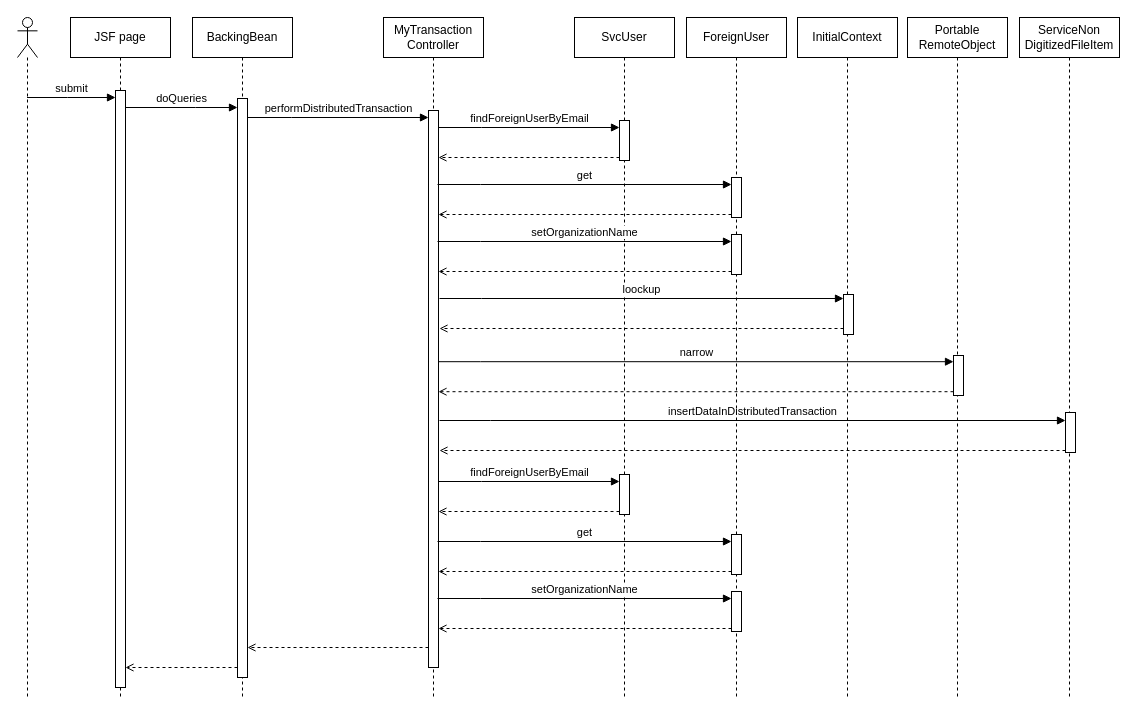
The draw.io diagram page "Q3" (2 of 2) of SW Architec A3.drawio in sunggooni/SW_Architect, before the edit. Source tidied: cells renumbered, new cells numbered last; positions are measured from the earlier drawing's top-left corner, leaving out a move shared by most shapes. Both pictures are drawn from the tidied source at 100%, with x=0, y=0 at pixel (17, 17).
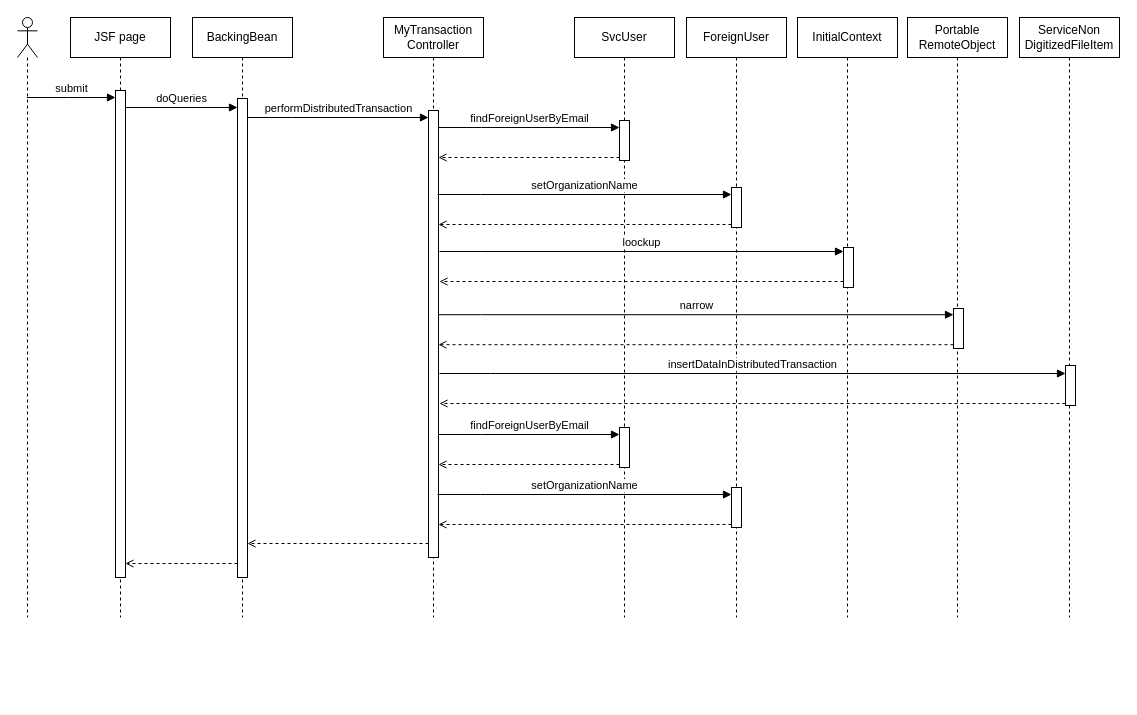
Above is the later version.

The change refers to these unchanged cells:
```xml
<mxCell id="13" style="html=1;points=[];perimeter=orthogonalPerimeter;outlineConnect=0;targetShapes=umlLifeline;portConstraint=eastwest;newEdgeStyle={&quot;edgeStyle&quot;:&quot;elbowEdgeStyle&quot;,&quot;elbow&quot;:&quot;vertical&quot;,&quot;curved&quot;:0,&quot;rounded&quot;:0};" parent="12" vertex="1">
  <mxGeometry x="45" y="103" width="10" height="40" as="geometry" />
</mxCell>
```

The edit, as a diff of the source:
```diff
@@
     <mxCell id="2" style="shape=umlLifeline;perimeter=lifelinePerimeter;whiteSpace=wrap;html=1;outlineConnect=0;portConstraint=eastwest;newEdgeStyle={&quot;edgeStyle&quot;:&quot;elbowEdgeStyle&quot;,&quot;elbow&quot;:&quot;vertical&quot;,&quot;curved&quot;:0,&quot;rounded&quot;:0};participant=umlActor;flipH=0;" parent="1" vertex="1">
-      <mxGeometry width="20" height="680" as="geometry" />
+      <mxGeometry width="20" height="600" as="geometry" />
     </mxCell>
     <mxCell id="3" value="JSF page" style="shape=umlLifeline;perimeter=lifelinePerimeter;whiteSpace=wrap;html=1;newEdgeStyle={&quot;edgeStyle&quot;:&quot;elbowEdgeStyle&quot;,&quot;elbow&quot;:&quot;vertical&quot;,&quot;curved&quot;:0,&quot;rounded&quot;:0};flipH=0;" parent="1" vertex="1">
-      <mxGeometry x="53" width="100" height="680" as="geometry" />
+      <mxGeometry x="53" width="100" height="600" as="geometry" />
     </mxCell>
     <mxCell id="4" style="html=1;points=[];perimeter=orthogonalPerimeter;outlineConnect=0;targetShapes=umlLifeline;portConstraint=eastwest;newEdgeStyle={&quot;edgeStyle&quot;:&quot;elbowEdgeStyle&quot;,&quot;elbow&quot;:&quot;vertical&quot;,&quot;curved&quot;:0,&quot;rounded&quot;:0};" parent="3" vertex="1">
-      <mxGeometry x="45" y="73" width="10" height="597" as="geometry" />
+      <mxGeometry x="45" y="73" width="10" height="487" as="geometry" />
     </mxCell>
     <mxCell id="5" value="BackingBean" style="shape=umlLifeline;perimeter=lifelinePerimeter;whiteSpace=wrap;html=1;newEdgeStyle={&quot;edgeStyle&quot;:&quot;elbowEdgeStyle&quot;,&quot;elbow&quot;:&quot;vertical&quot;,&quot;curved&quot;:0,&quot;rounded&quot;:0};flipH=0;" parent="1" vertex="1">
-      <mxGeometry x="175" width="100" height="680" as="geometry" />
+      <mxGeometry x="175" width="100" height="600" as="geometry" />
     </mxCell>
     <mxCell id="6" style="html=1;points=[];perimeter=orthogonalPerimeter;outlineConnect=0;targetShapes=umlLifeline;portConstraint=eastwest;newEdgeStyle={&quot;edgeStyle&quot;:&quot;elbowEdgeStyle&quot;,&quot;elbow&quot;:&quot;vertical&quot;,&quot;curved&quot;:0,&quot;rounded&quot;:0};" parent="5" vertex="1">
-      <mxGeometry x="45" y="81" width="10" height="579" as="geometry" />
+      <mxGeometry x="45" y="81" width="10" height="479" as="geometry" />
     </mxCell>
     <mxCell id="7" value="MyTransaction&lt;br&gt;Controller" style="shape=umlLifeline;perimeter=lifelinePerimeter;whiteSpace=wrap;html=1;newEdgeStyle={&quot;edgeStyle&quot;:&quot;elbowEdgeStyle&quot;,&quot;elbow&quot;:&quot;vertical&quot;,&quot;curved&quot;:0,&quot;rounded&quot;:0};flipH=0;" parent="1" vertex="1">
-      <mxGeometry x="366" width="100" height="680" as="geometry" />
+      <mxGeometry x="366" width="100" height="600" as="geometry" />
     </mxCell>
     <mxCell id="8" style="html=1;points=[];perimeter=orthogonalPerimeter;outlineConnect=0;targetShapes=umlLifeline;portConstraint=eastwest;newEdgeStyle={&quot;edgeStyle&quot;:&quot;elbowEdgeStyle&quot;,&quot;elbow&quot;:&quot;vertical&quot;,&quot;curved&quot;:0,&quot;rounded&quot;:0};" parent="7" vertex="1">
-      <mxGeometry x="45" y="93" width="10" height="557" as="geometry" />
+      <mxGeometry x="45" y="93" width="10" height="447" as="geometry" />
     </mxCell>
@@
     <mxCell id="12" value="SvcUser" style="shape=umlLifeline;perimeter=lifelinePerimeter;whiteSpace=wrap;html=1;newEdgeStyle={&quot;edgeStyle&quot;:&quot;elbowEdgeStyle&quot;,&quot;elbow&quot;:&quot;vertical&quot;,&quot;curved&quot;:0,&quot;rounded&quot;:0};flipH=0;" parent="1" vertex="1">
-      <mxGeometry x="557" width="100" height="680" as="geometry" />
+      <mxGeometry x="557" width="100" height="600" as="geometry" />
     </mxCell>
@@
+    <mxCell id="17" value="InitialContext" style="shape=umlLifeline;perimeter=lifelinePerimeter;whiteSpace=wrap;html=1;newEdgeStyle={&quot;edgeStyle&quot;:&quot;elbowEdgeStyle&quot;,&quot;elbow&quot;:&quot;vertical&quot;,&quot;curved&quot;:0,&quot;rounded&quot;:0};flipH=0;" parent="1" vertex="1">
+      <mxGeometry x="780" width="100" height="600" as="geometry" />
+    </mxCell>
+    <mxCell id="19" value="findForeignUserByEmail" style="html=1;verticalAlign=bottom;startArrow=none;endArrow=block;startSize=8;edgeStyle=elbowEdgeStyle;elbow=vertical;curved=0;rounded=0;startFill=0;" parent="1" edge="1" source="8" target="13">
+      <mxGeometry relative="1" as="geometry">
+        <Array as="points">
+          <mxPoint x="464" y="110" />
+        </Array>
+      </mxGeometry>
+    </mxCell>
+    <mxCell id="20" style="endArrow=open;dashed=1;html=1;rounded=0;endFill=0;" parent="1" edge="1">
+      <mxGeometry relative="1" as="geometry">
+        <mxPoint x="602" y="140" as="sourcePoint" />
+        <mxPoint x="421" y="140" as="targetPoint" />
+      </mxGeometry>
+    </mxCell>
+    <mxCell id="22" value="ServiceNon&lt;br&gt;DigitizedFileItem" style="shape=umlLifeline;perimeter=lifelinePerimeter;whiteSpace=wrap;html=1;newEdgeStyle={&quot;edgeStyle&quot;:&quot;elbowEdgeStyle&quot;,&quot;elbow&quot;:&quot;vertical&quot;,&quot;curved&quot;:0,&quot;rounded&quot;:0};flipH=0;" parent="1" vertex="1">
+      <mxGeometry x="1002" width="100" height="600" as="geometry" />
+    </mxCell>
+    <mxCell id="29" value="ForeignUser" style="shape=umlLifeline;perimeter=lifelinePerimeter;whiteSpace=wrap;html=1;newEdgeStyle={&quot;edgeStyle&quot;:&quot;elbowEdgeStyle&quot;,&quot;elbow&quot;:&quot;vertical&quot;,&quot;curved&quot;:0,&quot;rounded&quot;:0};flipH=0;" parent="1" vertex="1">
+      <mxGeometry x="669" width="100" height="600" as="geometry" />
+    </mxCell>
+    <mxCell id="27" style="endArrow=open;dashed=1;html=1;rounded=0;endFill=0;" parent="29" edge="1">
+      <mxGeometry relative="1" as="geometry">
+        <mxPoint x="-258" y="526" as="sourcePoint" />
+        <mxPoint x="-439" y="526" as="targetPoint" />
+      </mxGeometry>
+    </mxCell>
+    <mxCell id="28" style="endArrow=open;dashed=1;html=1;rounded=0;endFill=0;" parent="29" edge="1">
+      <mxGeometry relative="1" as="geometry">
+        <mxPoint x="-449" y="546" as="sourcePoint" />
+        <mxPoint x="-561" y="546" as="targetPoint" />
+      </mxGeometry>
+    </mxCell>
+    <mxCell id="41" style="html=1;points=[];perimeter=orthogonalPerimeter;outlineConnect=0;targetShapes=umlLifeline;portConstraint=eastwest;newEdgeStyle={&quot;edgeStyle&quot;:&quot;elbowEdgeStyle&quot;,&quot;elbow&quot;:&quot;vertical&quot;,&quot;curved&quot;:0,&quot;rounded&quot;:0};" parent="29" vertex="1">
+      <mxGeometry x="45" y="470" width="10" height="40" as="geometry" />
+    </mxCell>
+    <mxCell id="42" value="setOrganizationName" style="html=1;verticalAlign=bottom;startArrow=none;endArrow=block;startSize=8;edgeStyle=elbowEdgeStyle;elbow=vertical;curved=0;rounded=0;startFill=0;" parent="29" edge="1" target="41">
+      <mxGeometry relative="1" as="geometry">
+        <mxPoint x="-249" y="477" as="sourcePoint" />
+        <Array as="points">
+          <mxPoint x="-206" y="477" />
+        </Array>
+      </mxGeometry>
+    </mxCell>
+    <mxCell id="43" style="endArrow=open;dashed=1;html=1;rounded=0;endFill=0;" parent="29" edge="1">
+      <mxGeometry relative="1" as="geometry">
+        <mxPoint x="45" y="507" as="sourcePoint" />
+        <mxPoint x="-248" y="507" as="targetPoint" />
+      </mxGeometry>
+    </mxCell>
+    <mxCell id="36" value="Portable&lt;br&gt;RemoteObject" style="shape=umlLifeline;perimeter=lifelinePerimeter;whiteSpace=wrap;html=1;newEdgeStyle={&quot;edgeStyle&quot;:&quot;elbowEdgeStyle&quot;,&quot;elbow&quot;:&quot;vertical&quot;,&quot;curved&quot;:0,&quot;rounded&quot;:0};flipH=0;" parent="1" vertex="1">
+      <mxGeometry x="890" width="100" height="600" as="geometry" />
+    </mxCell>
-    <mxCell id="14" style="html=1;points=[];perimeter=orthogonalPerimeter;outlineConnect=0;targetShapes=umlLifeline;portConstraint=eastwest;newEdgeStyle={&quot;edgeStyle&quot;:&quot;elbowEdgeStyle&quot;,&quot;elbow&quot;:&quot;vertical&quot;,&quot;curved&quot;:0,&quot;rounded&quot;:0};" parent="12" vertex="1">
-      <mxGeometry x="45" y="457" width="10" height="40" as="geometry" />
+    <mxCell id="14" style="html=1;points=[];perimeter=orthogonalPerimeter;outlineConnect=0;targetShapes=umlLifeline;portConstraint=eastwest;newEdgeStyle={&quot;edgeStyle&quot;:&quot;elbowEdgeStyle&quot;,&quot;elbow&quot;:&quot;vertical&quot;,&quot;curved&quot;:0,&quot;rounded&quot;:0};" parent="1" vertex="1">
+      <mxGeometry x="602" y="410" width="10" height="40" as="geometry" />
     </mxCell>
-    <mxCell id="15" value="findForeignUserByEmail" style="html=1;verticalAlign=bottom;startArrow=none;endArrow=block;startSize=8;edgeStyle=elbowEdgeStyle;elbow=vertical;curved=0;rounded=0;startFill=0;" parent="12" edge="1" target="14">
+    <mxCell id="15" value="findForeignUserByEmail" style="html=1;verticalAlign=bottom;startArrow=none;endArrow=block;startSize=8;edgeStyle=elbowEdgeStyle;elbow=vertical;curved=0;rounded=0;startFill=0;" parent="1" edge="1" target="14">
       <mxGeometry relative="1" as="geometry">
-        <mxPoint x="-136" y="464" as="sourcePoint" />
+        <mxPoint x="421" y="417" as="sourcePoint" />
         <Array as="points">
-          <mxPoint x="-93" y="464" />
+          <mxPoint x="464" y="417" />
         </Array>
       </mxGeometry>
     </mxCell>
-    <mxCell id="16" style="endArrow=open;dashed=1;html=1;rounded=0;endFill=0;" parent="12" edge="1">
+    <mxCell id="16" style="endArrow=open;dashed=1;html=1;rounded=0;endFill=0;" parent="1" edge="1">
       <mxGeometry relative="1" as="geometry">
-        <mxPoint x="45" y="494" as="sourcePoint" />
-        <mxPoint x="-136" y="494" as="targetPoint" />
+        <mxPoint x="602" y="447" as="sourcePoint" />
+        <mxPoint x="421" y="447" as="targetPoint" />
       </mxGeometry>
     </mxCell>
-    <mxCell id="17" value="InitialContext" style="shape=umlLifeline;perimeter=lifelinePerimeter;whiteSpace=wrap;html=1;newEdgeStyle={&quot;edgeStyle&quot;:&quot;elbowEdgeStyle&quot;,&quot;elbow&quot;:&quot;vertical&quot;,&quot;curved&quot;:0,&quot;rounded&quot;:0};flipH=0;" parent="1" vertex="1">
-      <mxGeometry x="780" width="100" height="680" as="geometry" />
-    </mxCell>
-    <mxCell id="18" style="html=1;points=[];perimeter=orthogonalPerimeter;outlineConnect=0;targetShapes=umlLifeline;portConstraint=eastwest;newEdgeStyle={&quot;edgeStyle&quot;:&quot;elbowEdgeStyle&quot;,&quot;elbow&quot;:&quot;vertical&quot;,&quot;curved&quot;:0,&quot;rounded&quot;:0};" parent="17" vertex="1">
-      <mxGeometry x="46" y="277" width="10" height="40" as="geometry" />
+    <mxCell id="18" style="html=1;points=[];perimeter=orthogonalPerimeter;outlineConnect=0;targetShapes=umlLifeline;portConstraint=eastwest;newEdgeStyle={&quot;edgeStyle&quot;:&quot;elbowEdgeStyle&quot;,&quot;elbow&quot;:&quot;vertical&quot;,&quot;curved&quot;:0,&quot;rounded&quot;:0};" parent="1" vertex="1">
+      <mxGeometry x="826" y="230" width="10" height="40" as="geometry" />
     </mxCell>
-    <mxCell id="19" value="findForeignUserByEmail" style="html=1;verticalAlign=bottom;startArrow=none;endArrow=block;startSize=8;edgeStyle=elbowEdgeStyle;elbow=vertical;curved=0;rounded=0;startFill=0;" parent="1" edge="1" source="8" target="13">
-      <mxGeometry relative="1" as="geometry">
-        <Array as="points">
-          <mxPoint x="464" y="110" />
-        </Array>
-      </mxGeometry>
-    </mxCell>
-    <mxCell id="20" style="endArrow=open;dashed=1;html=1;rounded=0;endFill=0;" parent="1" edge="1">
-      <mxGeometry relative="1" as="geometry">
-        <mxPoint x="602" y="140" as="sourcePoint" />
-        <mxPoint x="421" y="140" as="targetPoint" />
-      </mxGeometry>
-    </mxCell>
     <mxCell id="21" value="loockup" style="html=1;verticalAlign=bottom;startArrow=none;endArrow=block;startSize=8;edgeStyle=elbowEdgeStyle;elbow=vertical;curved=0;rounded=0;startFill=0;" parent="1" edge="1" target="18">
       <mxGeometry relative="1" as="geometry">
-        <mxPoint x="422" y="281" as="sourcePoint" />
+        <mxPoint x="422" y="234" as="sourcePoint" />
         <Array as="points">
-          <mxPoint x="464" y="281" />
+          <mxPoint x="464" y="234" />
         </Array>
       </mxGeometry>
     </mxCell>
-    <mxCell id="22" value="ServiceNon&lt;br&gt;DigitizedFileItem" style="shape=umlLifeline;perimeter=lifelinePerimeter;whiteSpace=wrap;html=1;newEdgeStyle={&quot;edgeStyle&quot;:&quot;elbowEdgeStyle&quot;,&quot;elbow&quot;:&quot;vertical&quot;,&quot;curved&quot;:0,&quot;rounded&quot;:0};flipH=0;" parent="1" vertex="1">
-      <mxGeometry x="1002" width="100" height="680" as="geometry" />
-    </mxCell>
-    <mxCell id="23" style="html=1;points=[];perimeter=orthogonalPerimeter;outlineConnect=0;targetShapes=umlLifeline;portConstraint=eastwest;newEdgeStyle={&quot;edgeStyle&quot;:&quot;elbowEdgeStyle&quot;,&quot;elbow&quot;:&quot;vertical&quot;,&quot;curved&quot;:0,&quot;rounded&quot;:0};" parent="22" vertex="1">
-      <mxGeometry x="46" y="395" width="10" height="40" as="geometry" />
+    <mxCell id="23" style="html=1;points=[];perimeter=orthogonalPerimeter;outlineConnect=0;targetShapes=umlLifeline;portConstraint=eastwest;newEdgeStyle={&quot;edgeStyle&quot;:&quot;elbowEdgeStyle&quot;,&quot;elbow&quot;:&quot;vertical&quot;,&quot;curved&quot;:0,&quot;rounded&quot;:0};" parent="1" vertex="1">
+      <mxGeometry x="1048" y="348" width="10" height="40" as="geometry" />
     </mxCell>
     <mxCell id="24" style="endArrow=open;dashed=1;html=1;rounded=0;endFill=0;" parent="1" edge="1" source="18">
       <mxGeometry relative="1" as="geometry">
-        <mxPoint x="422" y="311" as="targetPoint" />
+        <mxPoint x="422" y="264" as="targetPoint" />
       </mxGeometry>
     </mxCell>
     <mxCell id="25" value="insertDataInDistributedTransaction" style="html=1;verticalAlign=bottom;startArrow=none;endArrow=block;startSize=8;edgeStyle=elbowEdgeStyle;elbow=vertical;curved=0;rounded=0;startFill=0;" parent="1" edge="1" target="23">
       <mxGeometry relative="1" as="geometry">
-        <mxPoint x="422" y="403" as="sourcePoint" />
+        <mxPoint x="422" y="356" as="sourcePoint" />
         <Array as="points">
-          <mxPoint x="473" y="403" />
+          <mxPoint x="473" y="356" />
         </Array>
       </mxGeometry>
     </mxCell>
     <mxCell id="26" style="endArrow=open;dashed=1;html=1;rounded=0;endFill=0;" parent="1" edge="1" source="23">
       <mxGeometry relative="1" as="geometry">
-        <mxPoint x="422" y="433" as="targetPoint" />
+        <mxPoint x="422" y="386" as="targetPoint" />
       </mxGeometry>
     </mxCell>
-    <mxCell id="27" style="endArrow=open;dashed=1;html=1;rounded=0;endFill=0;" parent="1" edge="1">
-      <mxGeometry relative="1" as="geometry">
-        <mxPoint x="411" y="630" as="sourcePoint" />
-        <mxPoint x="230" y="630" as="targetPoint" />
-      </mxGeometry>
-    </mxCell>
-    <mxCell id="28" style="endArrow=open;dashed=1;html=1;rounded=0;endFill=0;" parent="1" edge="1">
-      <mxGeometry relative="1" as="geometry">
-        <mxPoint x="220" y="650" as="sourcePoint" />
-        <mxPoint x="108" y="650" as="targetPoint" />
-      </mxGeometry>
-    </mxCell>
-    <mxCell id="29" value="ForeignUser" style="shape=umlLifeline;perimeter=lifelinePerimeter;whiteSpace=wrap;html=1;newEdgeStyle={&quot;edgeStyle&quot;:&quot;elbowEdgeStyle&quot;,&quot;elbow&quot;:&quot;vertical&quot;,&quot;curved&quot;:0,&quot;rounded&quot;:0};flipH=0;" parent="1" vertex="1">
-      <mxGeometry x="669" width="100" height="680" as="geometry" />
-    </mxCell>
-    <mxCell id="30" style="html=1;points=[];perimeter=orthogonalPerimeter;outlineConnect=0;targetShapes=umlLifeline;portConstraint=eastwest;newEdgeStyle={&quot;edgeStyle&quot;:&quot;elbowEdgeStyle&quot;,&quot;elbow&quot;:&quot;vertical&quot;,&quot;curved&quot;:0,&quot;rounded&quot;:0};" parent="29" vertex="1">
-      <mxGeometry x="45" y="160" width="10" height="40" as="geometry" />
-    </mxCell>
-    <mxCell id="31" style="html=1;points=[];perimeter=orthogonalPerimeter;outlineConnect=0;targetShapes=umlLifeline;portConstraint=eastwest;newEdgeStyle={&quot;edgeStyle&quot;:&quot;elbowEdgeStyle&quot;,&quot;elbow&quot;:&quot;vertical&quot;,&quot;curved&quot;:0,&quot;rounded&quot;:0};" parent="29" vertex="1">
-      <mxGeometry x="45" y="217" width="10" height="40" as="geometry" />
+    <mxCell id="31" style="html=1;points=[];perimeter=orthogonalPerimeter;outlineConnect=0;targetShapes=umlLifeline;portConstraint=eastwest;newEdgeStyle={&quot;edgeStyle&quot;:&quot;elbowEdgeStyle&quot;,&quot;elbow&quot;:&quot;vertical&quot;,&quot;curved&quot;:0,&quot;rounded&quot;:0};" parent="1" vertex="1">
+      <mxGeometry x="714" y="170" width="10" height="40" as="geometry" />
     </mxCell>
-    <mxCell id="32" value="setOrganizationName" style="html=1;verticalAlign=bottom;startArrow=none;endArrow=block;startSize=8;edgeStyle=elbowEdgeStyle;elbow=vertical;curved=0;rounded=0;startFill=0;" parent="29" edge="1" target="31">
+    <mxCell id="32" value="setOrganizationName" style="html=1;verticalAlign=bottom;startArrow=none;endArrow=block;startSize=8;edgeStyle=elbowEdgeStyle;elbow=vertical;curved=0;rounded=0;startFill=0;" parent="1" edge="1" target="31">
       <mxGeometry relative="1" as="geometry">
-        <mxPoint x="-249" y="224" as="sourcePoint" />
+        <mxPoint x="420" y="177" as="sourcePoint" />
         <Array as="points">
-          <mxPoint x="-206" y="224" />
+          <mxPoint x="463" y="177" />
         </Array>
       </mxGeometry>
     </mxCell>
-    <mxCell id="33" style="endArrow=open;dashed=1;html=1;rounded=0;endFill=0;" parent="29" edge="1">
+    <mxCell id="33" style="endArrow=open;dashed=1;html=1;rounded=0;endFill=0;" parent="1" edge="1">
       <mxGeometry relative="1" as="geometry">
-        <mxPoint x="45" y="254" as="sourcePoint" />
-        <mxPoint x="-248" y="254" as="targetPoint" />
+        <mxPoint x="714" y="207" as="sourcePoint" />
+        <mxPoint x="421" y="207" as="targetPoint" />
       </mxGeometry>
     </mxCell>
-    <mxCell id="34" value="get" style="html=1;verticalAlign=bottom;startArrow=none;endArrow=block;startSize=8;edgeStyle=elbowEdgeStyle;elbow=vertical;curved=0;rounded=0;startFill=0;" parent="1" edge="1" target="30">
-      <mxGeometry relative="1" as="geometry">
-        <mxPoint x="420" y="167" as="sourcePoint" />
-        <Array as="points">
-          <mxPoint x="463" y="167" />
-        </Array>
-      </mxGeometry>
-    </mxCell>
-    <mxCell id="35" style="endArrow=open;dashed=1;html=1;rounded=0;endFill=0;" parent="1" edge="1">
-      <mxGeometry relative="1" as="geometry">
-        <mxPoint x="714" y="197" as="sourcePoint" />
-        <mxPoint x="421" y="197" as="targetPoint" />
-      </mxGeometry>
-    </mxCell>
-    <mxCell id="36" value="Portable&lt;br&gt;RemoteObject" style="shape=umlLifeline;perimeter=lifelinePerimeter;whiteSpace=wrap;html=1;newEdgeStyle={&quot;edgeStyle&quot;:&quot;elbowEdgeStyle&quot;,&quot;elbow&quot;:&quot;vertical&quot;,&quot;curved&quot;:0,&quot;rounded&quot;:0};flipH=0;" parent="1" vertex="1">
-      <mxGeometry x="890" width="100" height="680" as="geometry" />
-    </mxCell>
     <mxCell id="37" style="html=1;points=[];perimeter=orthogonalPerimeter;outlineConnect=0;targetShapes=umlLifeline;portConstraint=eastwest;newEdgeStyle={&quot;edgeStyle&quot;:&quot;elbowEdgeStyle&quot;,&quot;elbow&quot;:&quot;vertical&quot;,&quot;curved&quot;:0,&quot;rounded&quot;:0};" parent="1" vertex="1">
-      <mxGeometry x="936" y="338" width="10" height="40" as="geometry" />
+      <mxGeometry x="936" y="291" width="10" height="40" as="geometry" />
     </mxCell>
     <mxCell id="38" value="narrow" style="html=1;verticalAlign=bottom;startArrow=none;endArrow=block;startSize=8;edgeStyle=elbowEdgeStyle;elbow=vertical;curved=0;rounded=0;startFill=0;" parent="1" edge="1" target="37">
       <mxGeometry relative="1" as="geometry">
-        <mxPoint x="421" y="344.2" as="sourcePoint" />
+        <mxPoint x="421" y="297.2" as="sourcePoint" />
         <Array as="points">
-          <mxPoint x="463" y="344.2" />
+          <mxPoint x="463" y="297.2" />
         </Array>
       </mxGeometry>
     </mxCell>
     <mxCell id="39" style="endArrow=open;dashed=1;html=1;rounded=0;endFill=0;" parent="1" edge="1" source="37">
       <mxGeometry relative="1" as="geometry">
-        <mxPoint x="421" y="374.2" as="targetPoint" />
+        <mxPoint x="421" y="327.2" as="targetPoint" />
       </mxGeometry>
     </mxCell>
-    <mxCell id="40" style="html=1;points=[];perimeter=orthogonalPerimeter;outlineConnect=0;targetShapes=umlLifeline;portConstraint=eastwest;newEdgeStyle={&quot;edgeStyle&quot;:&quot;elbowEdgeStyle&quot;,&quot;elbow&quot;:&quot;vertical&quot;,&quot;curved&quot;:0,&quot;rounded&quot;:0};" parent="1" vertex="1">
-      <mxGeometry x="714" y="517" width="10" height="40" as="geometry" />
-    </mxCell>
-    <mxCell id="41" style="html=1;points=[];perimeter=orthogonalPerimeter;outlineConnect=0;targetShapes=umlLifeline;portConstraint=eastwest;newEdgeStyle={&quot;edgeStyle&quot;:&quot;elbowEdgeStyle&quot;,&quot;elbow&quot;:&quot;vertical&quot;,&quot;curved&quot;:0,&quot;rounded&quot;:0};" parent="1" vertex="1">
-      <mxGeometry x="714" y="574" width="10" height="40" as="geometry" />
-    </mxCell>
-    <mxCell id="42" value="setOrganizationName" style="html=1;verticalAlign=bottom;startArrow=none;endArrow=block;startSize=8;edgeStyle=elbowEdgeStyle;elbow=vertical;curved=0;rounded=0;startFill=0;" parent="1" edge="1" target="41">
-      <mxGeometry relative="1" as="geometry">
-        <mxPoint x="420" y="581" as="sourcePoint" />
-        <Array as="points">
-          <mxPoint x="463" y="581" />
-        </Array>
-      </mxGeometry>
-    </mxCell>
-    <mxCell id="43" style="endArrow=open;dashed=1;html=1;rounded=0;endFill=0;" parent="1" edge="1">
-      <mxGeometry relative="1" as="geometry">
-        <mxPoint x="714" y="611" as="sourcePoint" />
-        <mxPoint x="421" y="611" as="targetPoint" />
-      </mxGeometry>
-    </mxCell>
-    <mxCell id="44" value="get" style="html=1;verticalAlign=bottom;startArrow=none;endArrow=block;startSize=8;edgeStyle=elbowEdgeStyle;elbow=vertical;curved=0;rounded=0;startFill=0;" parent="1" edge="1" target="40">
-      <mxGeometry relative="1" as="geometry">
-        <mxPoint x="420" y="524" as="sourcePoint" />
-        <Array as="points">
-          <mxPoint x="463" y="524" />
-        </Array>
-      </mxGeometry>
-    </mxCell>
-    <mxCell id="45" style="endArrow=open;dashed=1;html=1;rounded=0;endFill=0;" parent="1" edge="1">
-      <mxGeometry relative="1" as="geometry">
-        <mxPoint x="714" y="554" as="sourcePoint" />
-        <mxPoint x="421" y="554" as="targetPoint" />
-      </mxGeometry>
-    </mxCell>
```
